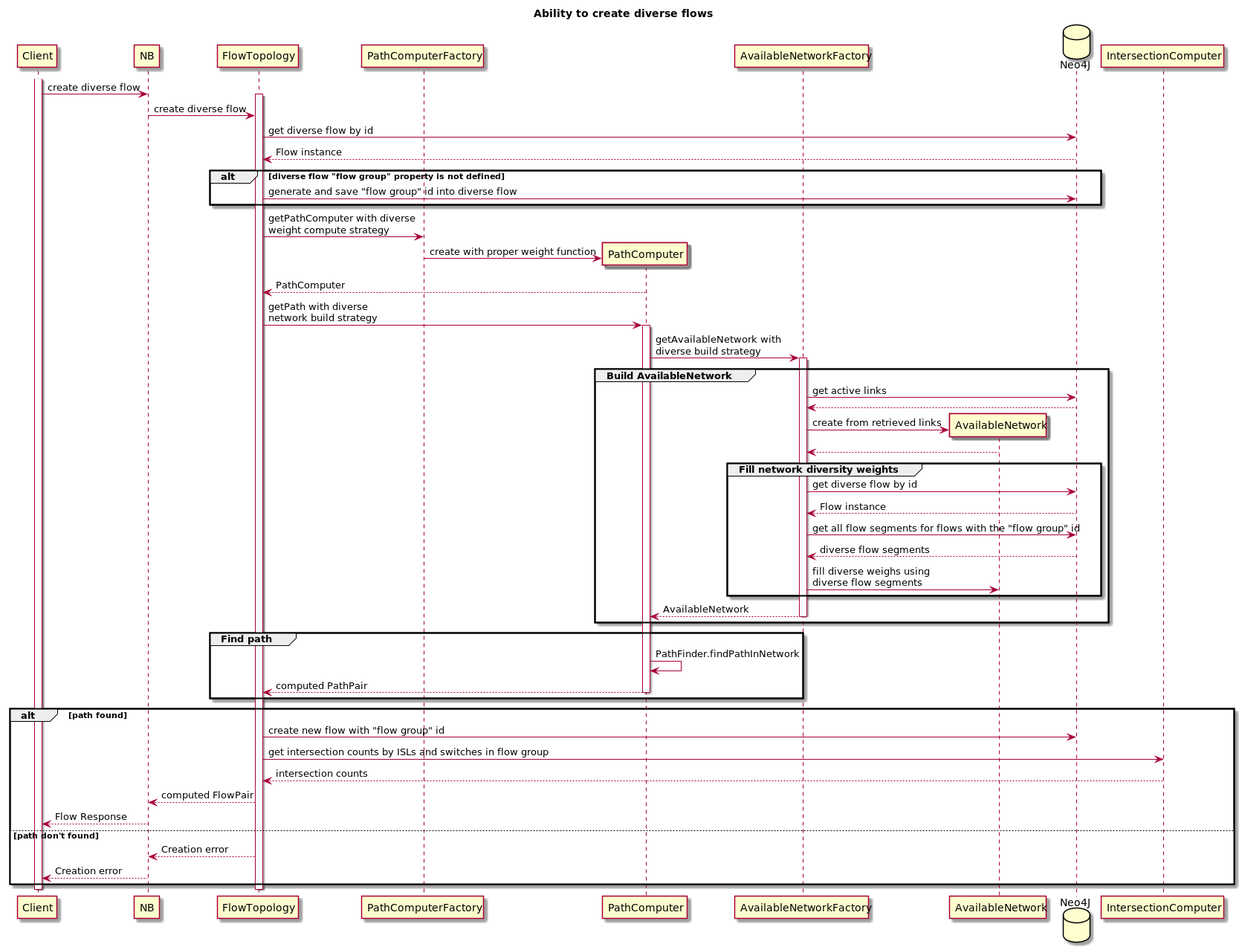
This is docs/design/solutions/pce-diverse-flows/pce-diverse-flows-create.png from telstra/open-kilda, a PlantUML export, as it was before one commit. The source it was exported from:
```plantuml
@startuml
title Ability to create diverse flows

participant Client
participant NB
participant FlowTopology
participant PathComputerFactory
participant PathComputer
participant AvailableNetworkFactory
participant AvailableNetwork
database Neo4J
participant IntersectionComputer

activate Client
Client -> NB: create diverse flow
activate FlowTopology
NB -> FlowTopology: create diverse flow

FlowTopology -> Neo4J: get diverse flow by id
Neo4J --> FlowTopology: Flow instance
alt diverse flow "flow group" property is not defined
   FlowTopology -> Neo4J: generate and save "flow group" id into diverse flow
end

FlowTopology -> PathComputerFactory: getPathComputer with diverse\nweight compute strategy
create PathComputer
PathComputerFactory -> PathComputer: create with proper weight function
PathComputer --> FlowTopology: PathComputer

FlowTopology -> PathComputer: getPath with diverse\nnetwork build strategy
activate PathComputer

PathComputer -> AvailableNetworkFactory: getAvailableNetwork with\ndiverse build strategy
activate AvailableNetworkFactory

group Build AvailableNetwork
    AvailableNetworkFactory -> Neo4J: get active links
    Neo4J--> AvailableNetworkFactory
    create AvailableNetwork
    AvailableNetworkFactory -> AvailableNetwork: create from retrieved links
    AvailableNetwork --> AvailableNetworkFactory

    group Fill network diversity weights
        AvailableNetworkFactory -> Neo4J: get diverse flow by id
        Neo4J --> AvailableNetworkFactory: Flow instance

        AvailableNetworkFactory -> Neo4J: get all flow segments for flows with the "flow group" id
        Neo4J--> AvailableNetworkFactory: diverse flow segments

        AvailableNetworkFactory -> AvailableNetwork: fill diverse weighs using\ndiverse flow segments
    end
    AvailableNetworkFactory --> PathComputer: AvailableNetwork
    deactivate AvailableNetworkFactory
end

group Find path
    PathComputer -> PathComputer: PathFinder.findPathInNetwork
    PathComputer --> FlowTopology: computed PathPair
    deactivate PathComputer
end

alt path found
    FlowTopology -> Neo4J: create new flow with "flow group" id
    FlowTopology -> IntersectionComputer: get intersection counts by ISLs and switches in flow group
    IntersectionComputer --> FlowTopology: intersection counts
    FlowTopology --> NB: computed FlowPair
    NB --> Client: Flow Response

else path don't found
   FlowTopology --> NB: Creation error
   NB --> Client: Creation error
end

deactivate FlowTopology
deactivate Client

@enduml
```
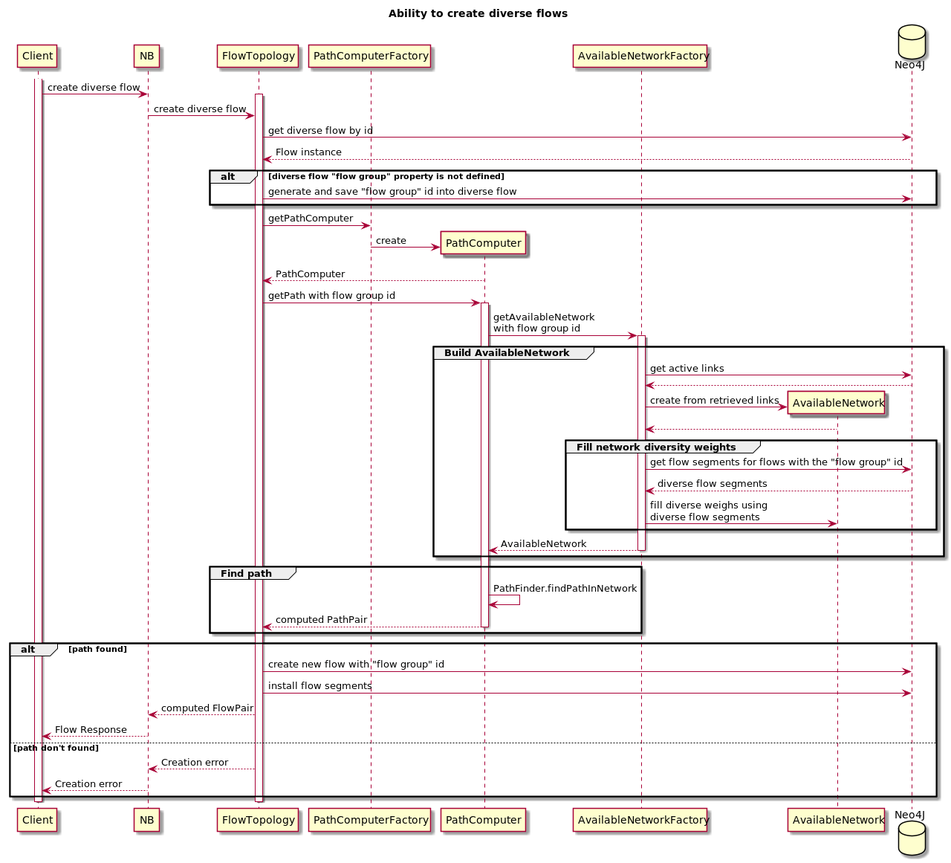
Later version of the same file.

What changed in the source:
```diff
@@ -9,7 +9,6 @@
 participant AvailableNetworkFactory
 participant AvailableNetwork
 database Neo4J
-participant IntersectionComputer
 
 activate Client
 Client -> NB: create diverse flow
@@ -22,15 +21,15 @@
    FlowTopology -> Neo4J: generate and save "flow group" id into diverse flow
 end
 
-FlowTopology -> PathComputerFactory: getPathComputer with diverse\nweight compute strategy
+FlowTopology -> PathComputerFactory: getPathComputer
 create PathComputer
-PathComputerFactory -> PathComputer: create with proper weight function
+PathComputerFactory -> PathComputer: create
 PathComputer --> FlowTopology: PathComputer
 
-FlowTopology -> PathComputer: getPath with diverse\nnetwork build strategy
+FlowTopology -> PathComputer: getPath with flow group id
 activate PathComputer
 
-PathComputer -> AvailableNetworkFactory: getAvailableNetwork with\ndiverse build strategy
+PathComputer -> AvailableNetworkFactory: getAvailableNetwork\nwith flow group id
 activate AvailableNetworkFactory
 
 group Build AvailableNetwork
@@ -41,10 +40,7 @@
     AvailableNetwork --> AvailableNetworkFactory
 
     group Fill network diversity weights
-        AvailableNetworkFactory -> Neo4J: get diverse flow by id
-        Neo4J --> AvailableNetworkFactory: Flow instance
-
-        AvailableNetworkFactory -> Neo4J: get all flow segments for flows with the "flow group" id
+        AvailableNetworkFactory -> Neo4J: get flow segments for flows with the "flow group" id
         Neo4J--> AvailableNetworkFactory: diverse flow segments
 
         AvailableNetworkFactory -> AvailableNetwork: fill diverse weighs using\ndiverse flow segments
@@ -61,8 +57,8 @@
 
 alt path found
     FlowTopology -> Neo4J: create new flow with "flow group" id
-    FlowTopology -> IntersectionComputer: get intersection counts by ISLs and switches in flow group
-    IntersectionComputer --> FlowTopology: intersection counts
+    FlowTopology -> Neo4J: install flow segments
+
     FlowTopology --> NB: computed FlowPair
     NB --> Client: Flow Response
 
```
